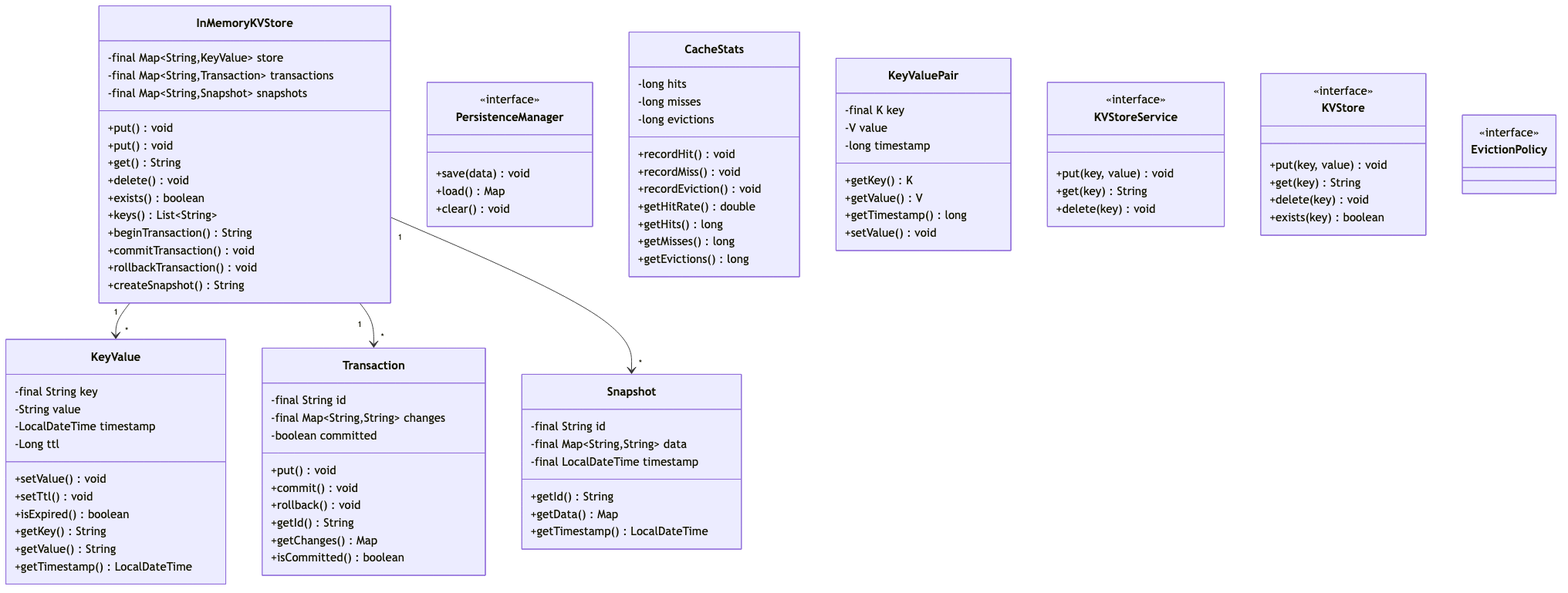
The Mermaid diagram docs/problems/kvstore/diagrams/class-diagram.png in dlkr18/lld-playbook, before a commit. Its source is kept beside it as docs/problems/kvstore/diagrams/class-diagram.mmd.
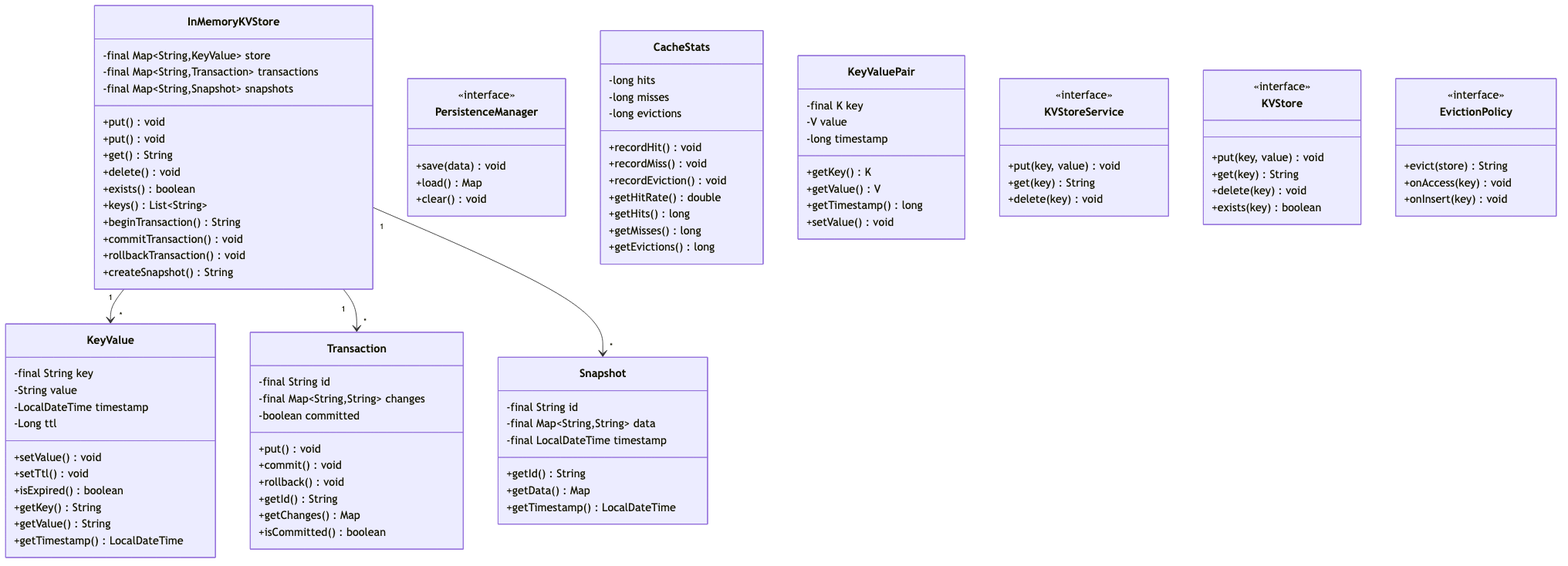
The same file after the commit.

Commit message:
fix: add methods to EvictionPolicy interface in kvstore

Change to the diagram source:
```diff
@@ -95,8 +95,12 @@
         +exists(key) boolean
     }
 
-    class EvictionPolicy
-    <<interface>> EvictionPolicy
+    class EvictionPolicy {
+        <<interface>>
+        +evict(store) String
+        +onAccess(key) void
+        +onInsert(key) void
+    }
 
     InMemoryKVStore "1" --> "*" KeyValue
     InMemoryKVStore "1" --> "*" Transaction
```
